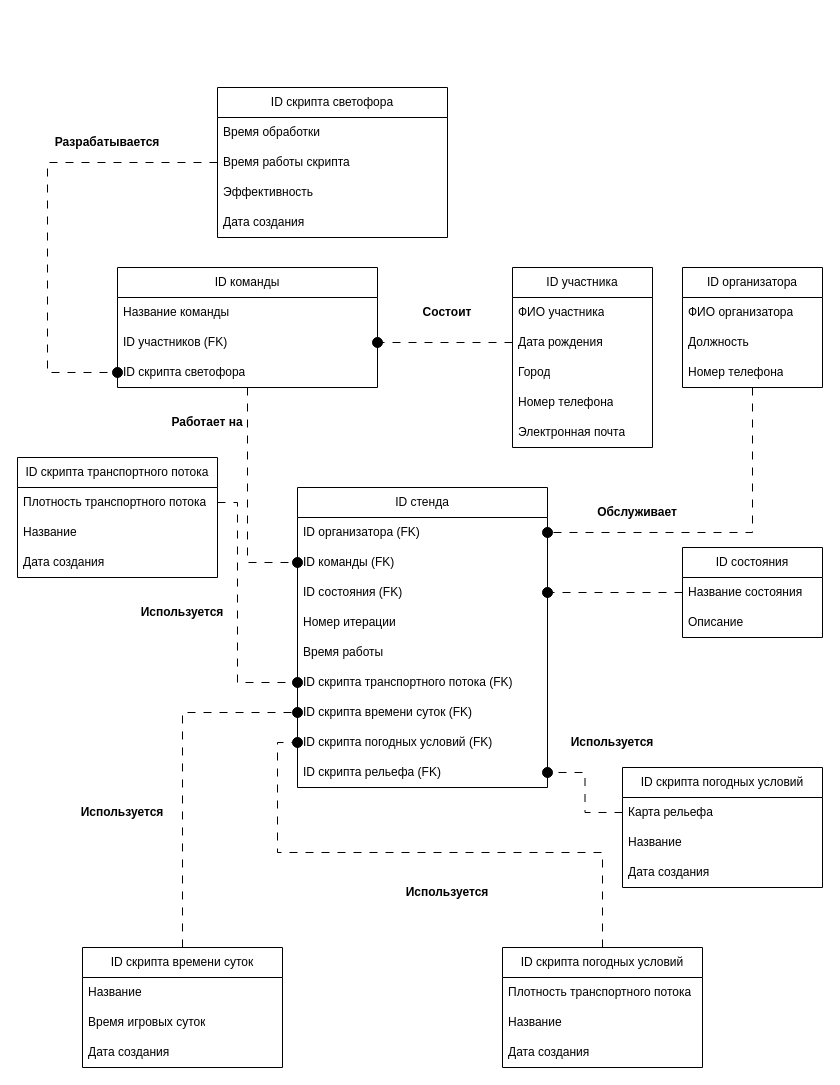
Above: page "IDEF1 - свое" (2 of 4) of Диаграмма без названия.drawio in sukmalo/IDEF_Sugakova (draw.io), before the change. Source tidied: cells renumbered, new cells numbered last; positions are measured from the earlier drawing's top-left corner, leaving out a move shared by most shapes. Both pictures are drawn from the tidied source at 100%, with x=0, y=0 at pixel (17, 87).
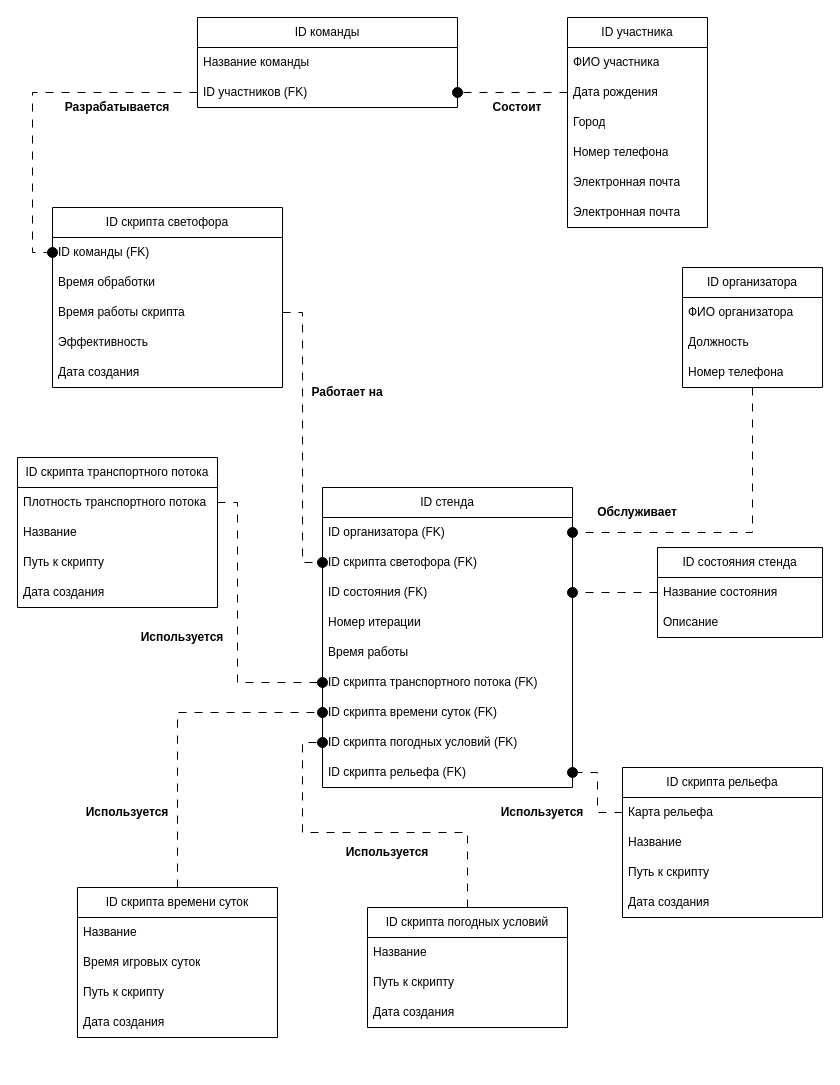
After the change.

The change refers to these unchanged cells:
```xml
<mxCell id="5" value="&lt;div&gt;ID участников (FK)&lt;br&gt;&lt;/div&gt;" style="text;strokeColor=none;fillColor=none;align=left;verticalAlign=middle;spacingLeft=4;spacingRight=4;overflow=hidden;points=[[0,0.5],[1,0.5]];portConstraint=eastwest;whiteSpace=wrap;html=1;" parent="3" vertex="1">
  <mxGeometry y="60" width="260" height="30" as="geometry" />
</mxCell>
```

Diff of the diagram source:
```diff
@@
-    <mxCell id="2" style="edgeStyle=orthogonalEdgeStyle;rounded=0;jettySize=auto;html=1;entryX=0;entryY=0.5;entryDx=0;entryDy=0;dashed=1;dashPattern=8 8;endSize=10;endArrow=oval;endFill=1;" parent="1" edge="1" source="3" target="14">
-      <mxGeometry relative="1" as="geometry" />
-    </mxCell>
     <mxCell id="3" value="ID команды" style="swimlane;fontStyle=0;horizontal=1;startSize=30;whiteSpace=wrap;html=1;" parent="1" vertex="1">
-      <mxGeometry x="100" y="180" width="260" height="120" as="geometry" />
+      <mxGeometry x="180" y="-70" width="260" height="90" as="geometry" />
     </mxCell>
@@
-    <mxCell id="6" value="ID скрипта светофора" style="text;strokeColor=none;fillColor=none;align=left;verticalAlign=middle;spacingLeft=4;spacingRight=4;overflow=hidden;points=[[0,0.5],[1,0.5]];portConstraint=eastwest;whiteSpace=wrap;html=1;" parent="3" vertex="1">
-      <mxGeometry y="90" width="260" height="30" as="geometry" />
-    </mxCell>
@@
     <mxCell id="12" value="ID стенда" style="swimlane;fontStyle=0;horizontal=1;startSize=30;whiteSpace=wrap;html=1;" parent="1" vertex="1">
-      <mxGeometry x="280" y="400" width="250" height="300" as="geometry" />
+      <mxGeometry x="305" y="400" width="250" height="300" as="geometry" />
     </mxCell>
@@
-    <mxCell id="14" value="ID команды (FK)" style="text;strokeColor=none;fillColor=none;align=left;verticalAlign=middle;spacingLeft=4;spacingRight=4;overflow=hidden;points=[[0,0.5],[1,0.5]];portConstraint=eastwest;whiteSpace=wrap;html=1;" parent="12" vertex="1">
+    <mxCell id="14" value="ID скрипта светофора (FK)" style="text;strokeColor=none;fillColor=none;align=left;verticalAlign=middle;spacingLeft=4;spacingRight=4;overflow=hidden;points=[[0,0.5],[1,0.5]];portConstraint=eastwest;whiteSpace=wrap;html=1;" parent="12" vertex="1">
       <mxGeometry y="60" width="250" height="30" as="geometry" />
     </mxCell>
@@
-    <mxCell id="23" value="ID состояния" style="swimlane;fontStyle=0;horizontal=1;startSize=30;whiteSpace=wrap;html=1;" parent="1" vertex="1">
-      <mxGeometry x="665" y="460" width="140" height="90" as="geometry" />
+    <mxCell id="23" value="ID состояния стенда" style="swimlane;fontStyle=0;horizontal=1;startSize=30;whiteSpace=wrap;html=1;" parent="1" vertex="1">
+      <mxGeometry x="640" y="460" width="165" height="90" as="geometry" />
     </mxCell>
     <mxCell id="24" value="Название состояния" style="text;strokeColor=none;fillColor=none;align=left;verticalAlign=middle;spacingLeft=4;spacingRight=4;overflow=hidden;whiteSpace=wrap;html=1;" parent="23" vertex="1">
-      <mxGeometry y="30" width="140" height="30" as="geometry" />
+      <mxGeometry y="30" width="165" height="30" as="geometry" />
     </mxCell>
     <mxCell id="25" value="Описание" style="text;strokeColor=none;fillColor=none;align=left;verticalAlign=middle;spacingLeft=4;spacingRight=4;overflow=hidden;whiteSpace=wrap;html=1;" parent="23" vertex="1">
-      <mxGeometry y="60" width="140" height="30" as="geometry" />
+      <mxGeometry y="60" width="165" height="30" as="geometry" />
     </mxCell>
     <mxCell id="26" value="ID участника" style="swimlane;fontStyle=0;horizontal=1;startSize=30;whiteSpace=wrap;html=1;" parent="1" vertex="1">
-      <mxGeometry x="495" y="180" width="140" height="180" as="geometry" />
+      <mxGeometry x="550" y="-70" width="140" height="210" as="geometry" />
     </mxCell>
@@
+    <mxCell id="67" value="Электронная почта" style="text;strokeColor=none;fillColor=none;align=left;verticalAlign=middle;spacingLeft=4;spacingRight=4;overflow=hidden;whiteSpace=wrap;html=1;" parent="26" vertex="1">
+      <mxGeometry y="150" width="140" height="30" as="geometry" />
+    </mxCell>
     <mxCell id="31" value="Электронная почта" style="text;strokeColor=none;fillColor=none;align=left;verticalAlign=middle;spacingLeft=4;spacingRight=4;overflow=hidden;whiteSpace=wrap;html=1;" parent="26" vertex="1">
-      <mxGeometry y="150" width="140" height="30" as="geometry" />
+      <mxGeometry y="180" width="140" height="30" as="geometry" />
     </mxCell>
@@
     <mxCell id="33" value="ID скрипта транспортного потока" style="swimlane;fontStyle=0;horizontal=1;startSize=30;whiteSpace=wrap;html=1;" parent="1" vertex="1">
-      <mxGeometry y="370" width="200" height="120" as="geometry" />
+      <mxGeometry y="370" width="200" height="150" as="geometry" />
     </mxCell>
@@
+    <mxCell id="68" value="Путь к скрипту" style="text;strokeColor=none;fillColor=none;align=left;verticalAlign=middle;spacingLeft=4;spacingRight=4;overflow=hidden;whiteSpace=wrap;html=1;" parent="33" vertex="1">
+      <mxGeometry y="90" width="200" height="30" as="geometry" />
+    </mxCell>
     <mxCell id="36" value="Дата создания" style="text;strokeColor=none;fillColor=none;align=left;verticalAlign=middle;spacingLeft=4;spacingRight=4;overflow=hidden;whiteSpace=wrap;html=1;" parent="33" vertex="1">
-      <mxGeometry y="90" width="200" height="30" as="geometry" />
+      <mxGeometry y="120" width="200" height="30" as="geometry" />
     </mxCell>
@@
     <mxCell id="39" value="ID скрипта времени суток" style="swimlane;fontStyle=0;horizontal=1;startSize=30;whiteSpace=wrap;html=1;" parent="1" vertex="1">
-      <mxGeometry x="65" y="860" width="200" height="120" as="geometry" />
+      <mxGeometry x="60" y="800" width="200" height="150" as="geometry" />
     </mxCell>
@@
+    <mxCell id="69" value="Путь к скрипту" style="text;strokeColor=none;fillColor=none;align=left;verticalAlign=middle;spacingLeft=4;spacingRight=4;overflow=hidden;whiteSpace=wrap;html=1;" parent="39" vertex="1">
+      <mxGeometry y="90" width="200" height="30" as="geometry" />
+    </mxCell>
     <mxCell id="42" value="Дата создания" style="text;strokeColor=none;fillColor=none;align=left;verticalAlign=middle;spacingLeft=4;spacingRight=4;overflow=hidden;whiteSpace=wrap;html=1;" parent="39" vertex="1">
-      <mxGeometry y="90" width="200" height="30" as="geometry" />
+      <mxGeometry y="120" width="200" height="30" as="geometry" />
     </mxCell>
@@
     <mxCell id="44" value="ID скрипта погодных условий" style="swimlane;fontStyle=0;horizontal=1;startSize=30;whiteSpace=wrap;html=1;" parent="1" vertex="1">
-      <mxGeometry x="485" y="860" width="200" height="120" as="geometry" />
+      <mxGeometry x="350" y="820" width="200" height="120" as="geometry" />
     </mxCell>
+    <mxCell id="46" value="Название" style="text;strokeColor=none;fillColor=none;align=left;verticalAlign=middle;spacingLeft=4;spacingRight=4;overflow=hidden;whiteSpace=wrap;html=1;" parent="44" vertex="1">
+      <mxGeometry y="30" width="200" height="30" as="geometry" />
+    </mxCell>
-    <mxCell id="45" value="Плотность транспортного потока" style="text;strokeColor=none;fillColor=none;align=left;verticalAlign=middle;spacingLeft=4;spacingRight=4;overflow=hidden;whiteSpace=wrap;html=1;" parent="44" vertex="1">
-      <mxGeometry y="30" width="200" height="30" as="geometry" />
+    <mxCell id="45" value="Путь к скрипту" style="text;strokeColor=none;fillColor=none;align=left;verticalAlign=middle;spacingLeft=4;spacingRight=4;overflow=hidden;whiteSpace=wrap;html=1;" parent="44" vertex="1">
+      <mxGeometry y="60" width="200" height="30" as="geometry" />
     </mxCell>
-    <mxCell id="46" value="Название" style="text;strokeColor=none;fillColor=none;align=left;verticalAlign=middle;spacingLeft=4;spacingRight=4;overflow=hidden;whiteSpace=wrap;html=1;" parent="44" vertex="1">
-      <mxGeometry y="60" width="200" height="30" as="geometry" />
-    </mxCell>
@@
-    <mxCell id="48" value="ID скрипта погодных условий" style="swimlane;fontStyle=0;horizontal=1;startSize=30;whiteSpace=wrap;html=1;" parent="1" vertex="1">
-      <mxGeometry x="605" y="680" width="200" height="120" as="geometry" />
+    <mxCell id="48" value="ID скрипта рельефа" style="swimlane;fontStyle=0;horizontal=1;startSize=30;whiteSpace=wrap;html=1;" parent="1" vertex="1">
+      <mxGeometry x="605" y="680" width="200" height="150" as="geometry" />
     </mxCell>
@@
+    <mxCell id="70" value="Путь к скрипту" style="text;strokeColor=none;fillColor=none;align=left;verticalAlign=middle;spacingLeft=4;spacingRight=4;overflow=hidden;whiteSpace=wrap;html=1;" parent="48" vertex="1">
+      <mxGeometry y="90" width="200" height="30" as="geometry" />
+    </mxCell>
     <mxCell id="51" value="Дата создания" style="text;strokeColor=none;fillColor=none;align=left;verticalAlign=middle;spacingLeft=4;spacingRight=4;overflow=hidden;whiteSpace=wrap;html=1;" parent="48" vertex="1">
-      <mxGeometry y="90" width="200" height="30" as="geometry" />
+      <mxGeometry y="120" width="200" height="30" as="geometry" />
     </mxCell>
@@
     <mxCell id="54" value="Состоит" style="text;html=1;strokeColor=none;fillColor=none;align=center;verticalAlign=middle;whiteSpace=wrap;rounded=0;fontStyle=1;" parent="1" vertex="1">
-      <mxGeometry x="400" y="210" width="60" height="30" as="geometry" />
+      <mxGeometry x="470" y="5" width="60" height="30" as="geometry" />
     </mxCell>
     <mxCell id="55" value="Работает на" style="text;html=1;strokeColor=none;fillColor=none;align=center;verticalAlign=middle;whiteSpace=wrap;rounded=0;fontStyle=1;" parent="1" vertex="1">
-      <mxGeometry x="150" y="320" width="80" height="30" as="geometry" />
+      <mxGeometry x="290" y="290" width="80" height="30" as="geometry" />
     </mxCell>
     <mxCell id="56" value="Используется" style="text;html=1;strokeColor=none;fillColor=none;align=center;verticalAlign=middle;whiteSpace=wrap;rounded=0;fontStyle=1;" parent="1" vertex="1">
-      <mxGeometry x="125" y="510" width="80" height="30" as="geometry" />
+      <mxGeometry x="125" y="535" width="80" height="30" as="geometry" />
     </mxCell>
     <mxCell id="57" value="Используется" style="text;html=1;strokeColor=none;fillColor=none;align=center;verticalAlign=middle;whiteSpace=wrap;rounded=0;fontStyle=1;" parent="1" vertex="1">
-      <mxGeometry x="65" y="710" width="80" height="30" as="geometry" />
+      <mxGeometry x="70" y="710" width="80" height="30" as="geometry" />
     </mxCell>
     <mxCell id="58" value="Используется" style="text;html=1;strokeColor=none;fillColor=none;align=center;verticalAlign=middle;whiteSpace=wrap;rounded=0;fontStyle=1;" parent="1" vertex="1">
-      <mxGeometry x="555" y="640" width="80" height="30" as="geometry" />
+      <mxGeometry x="485" y="710" width="80" height="30" as="geometry" />
     </mxCell>
     <mxCell id="59" value="Используется" style="text;html=1;strokeColor=none;fillColor=none;align=center;verticalAlign=middle;whiteSpace=wrap;rounded=0;fontStyle=1;" parent="1" vertex="1">
-      <mxGeometry x="390" y="790" width="80" height="30" as="geometry" />
+      <mxGeometry x="330" y="750" width="80" height="30" as="geometry" />
     </mxCell>
     <mxCell id="60" value="ID скрипта светофора" style="swimlane;fontStyle=0;horizontal=1;startSize=30;whiteSpace=wrap;html=1;" parent="1" vertex="1">
-      <mxGeometry x="200" width="230" height="150" as="geometry" />
+      <mxGeometry x="35" y="120" width="230" height="180" as="geometry" />
     </mxCell>
-    <mxCell id="61" value="Время обработки" style="text;strokeColor=none;fillColor=none;align=left;verticalAlign=middle;spacingLeft=4;spacingRight=4;overflow=hidden;points=[[0,0.5],[1,0.5]];portConstraint=eastwest;whiteSpace=wrap;html=1;" parent="60" vertex="1">
+    <mxCell id="61" value="ID команды (FK)" style="text;strokeColor=none;fillColor=none;align=left;verticalAlign=middle;spacingLeft=4;spacingRight=4;overflow=hidden;points=[[0,0.5],[1,0.5]];portConstraint=eastwest;whiteSpace=wrap;html=1;" parent="60" vertex="1">
       <mxGeometry y="30" width="230" height="30" as="geometry" />
     </mxCell>
+    <mxCell id="71" value="Время обработки" style="text;strokeColor=none;fillColor=none;align=left;verticalAlign=middle;spacingLeft=4;spacingRight=4;overflow=hidden;whiteSpace=wrap;html=1;" parent="60" vertex="1">
+      <mxGeometry y="60" width="230" height="30" as="geometry" />
+    </mxCell>
     <mxCell id="62" value="Время работы скрипта" style="text;strokeColor=none;fillColor=none;align=left;verticalAlign=middle;spacingLeft=4;spacingRight=4;overflow=hidden;points=[[0,0.5],[1,0.5]];portConstraint=eastwest;whiteSpace=wrap;html=1;" parent="60" vertex="1">
-      <mxGeometry y="60" width="230" height="30" as="geometry" />
+      <mxGeometry y="90" width="230" height="30" as="geometry" />
     </mxCell>
     <mxCell id="63" value="Эффективность" style="text;strokeColor=none;fillColor=none;align=left;verticalAlign=middle;spacingLeft=4;spacingRight=4;overflow=hidden;whiteSpace=wrap;html=1;" parent="60" vertex="1">
-      <mxGeometry y="90" width="230" height="30" as="geometry" />
+      <mxGeometry y="120" width="230" height="30" as="geometry" />
     </mxCell>
     <mxCell id="64" value="Дата создания" style="text;strokeColor=none;fillColor=none;align=left;verticalAlign=middle;spacingLeft=4;spacingRight=4;overflow=hidden;whiteSpace=wrap;html=1;" parent="60" vertex="1">
-      <mxGeometry y="120" width="230" height="30" as="geometry" />
+      <mxGeometry y="150" width="230" height="30" as="geometry" />
     </mxCell>
-    <mxCell id="65" style="edgeStyle=orthogonalEdgeStyle;rounded=0;jettySize=auto;html=1;entryX=0;entryY=0.5;entryDx=0;entryDy=0;endSize=10;endArrow=oval;endFill=1;dashed=1;dashPattern=8 8;" parent="1" edge="1" source="62" target="6">
-      <mxGeometry relative="1" as="geometry">
-        <Array as="points">
-          <mxPoint x="30" y="75" />
-          <mxPoint x="30" y="285" />
-        </Array>
-      </mxGeometry>
-    </mxCell>
     <mxCell id="66" value="Разрабатывается" style="text;html=1;strokeColor=none;fillColor=none;align=center;verticalAlign=middle;whiteSpace=wrap;rounded=0;fontStyle=1;" parent="1" vertex="1">
-      <mxGeometry x="50" y="40" width="80" height="30" as="geometry" />
+      <mxGeometry x="60" y="5" width="80" height="30" as="geometry" />
     </mxCell>
+    <mxCell id="72" style="edgeStyle=orthogonalEdgeStyle;rounded=0;jettySize=auto;html=1;entryX=0;entryY=0.5;entryDx=0;entryDy=0;endSize=10;endArrow=oval;endFill=1;dashed=1;dashPattern=8 8;" parent="1" edge="1" source="62" target="14">
+      <mxGeometry relative="1" as="geometry" />
+    </mxCell>
+    <mxCell id="73" style="edgeStyle=orthogonalEdgeStyle;rounded=0;jettySize=auto;html=1;entryX=0;entryY=0.5;entryDx=0;entryDy=0;endSize=10;endArrow=oval;endFill=1;dashed=1;dashPattern=8 8;" parent="1" edge="1" source="5" target="61">
+      <mxGeometry relative="1" as="geometry" />
+    </mxCell>
```
